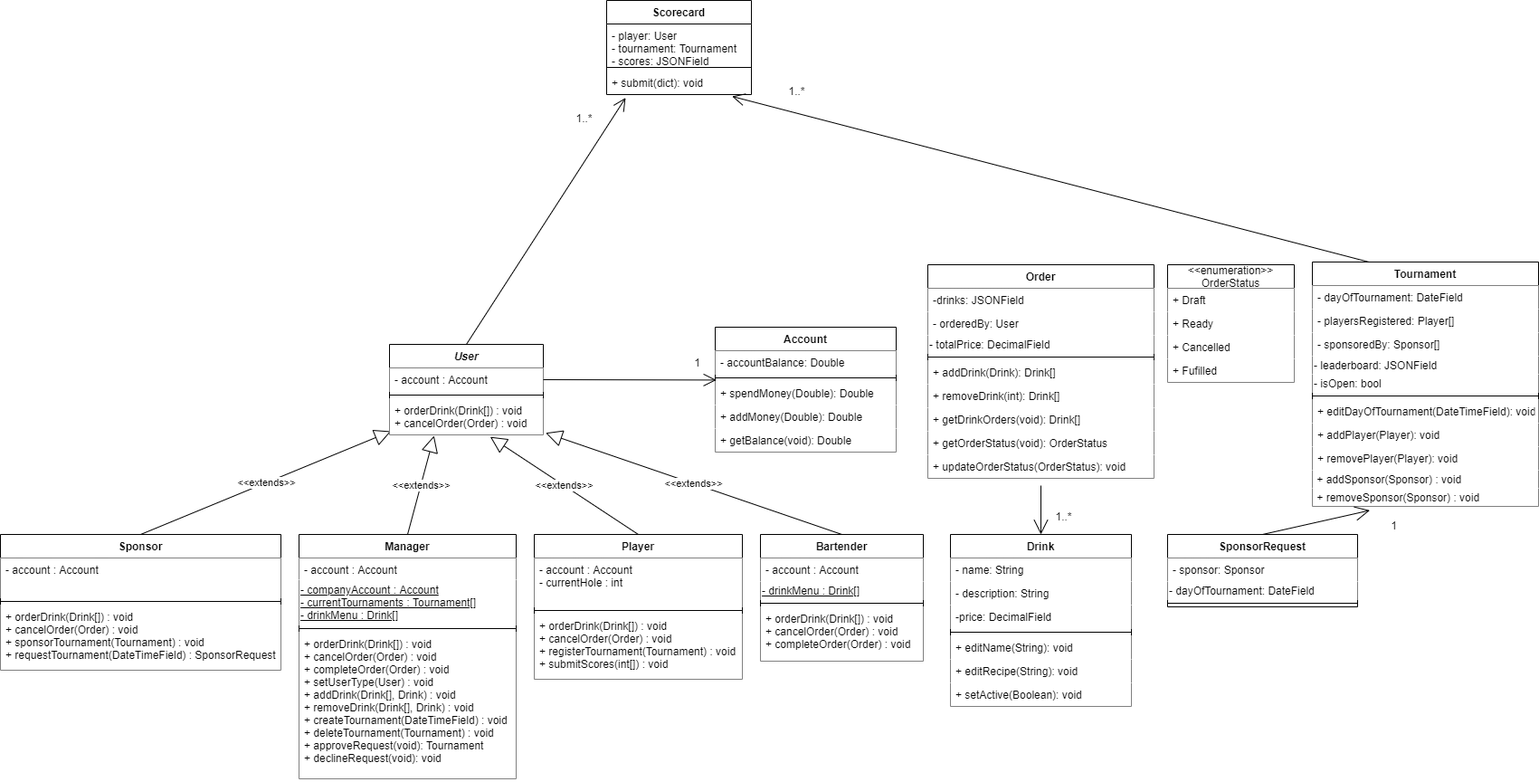
bsponny/SipNChip keeps this draw.io diagram as docs/Class Diagram.png. Above is the earlier version. Source tidied: cells renumbered, new cells last; positions are measured from the earlier drawing's top-left corner, leaving out a move shared by most shapes.
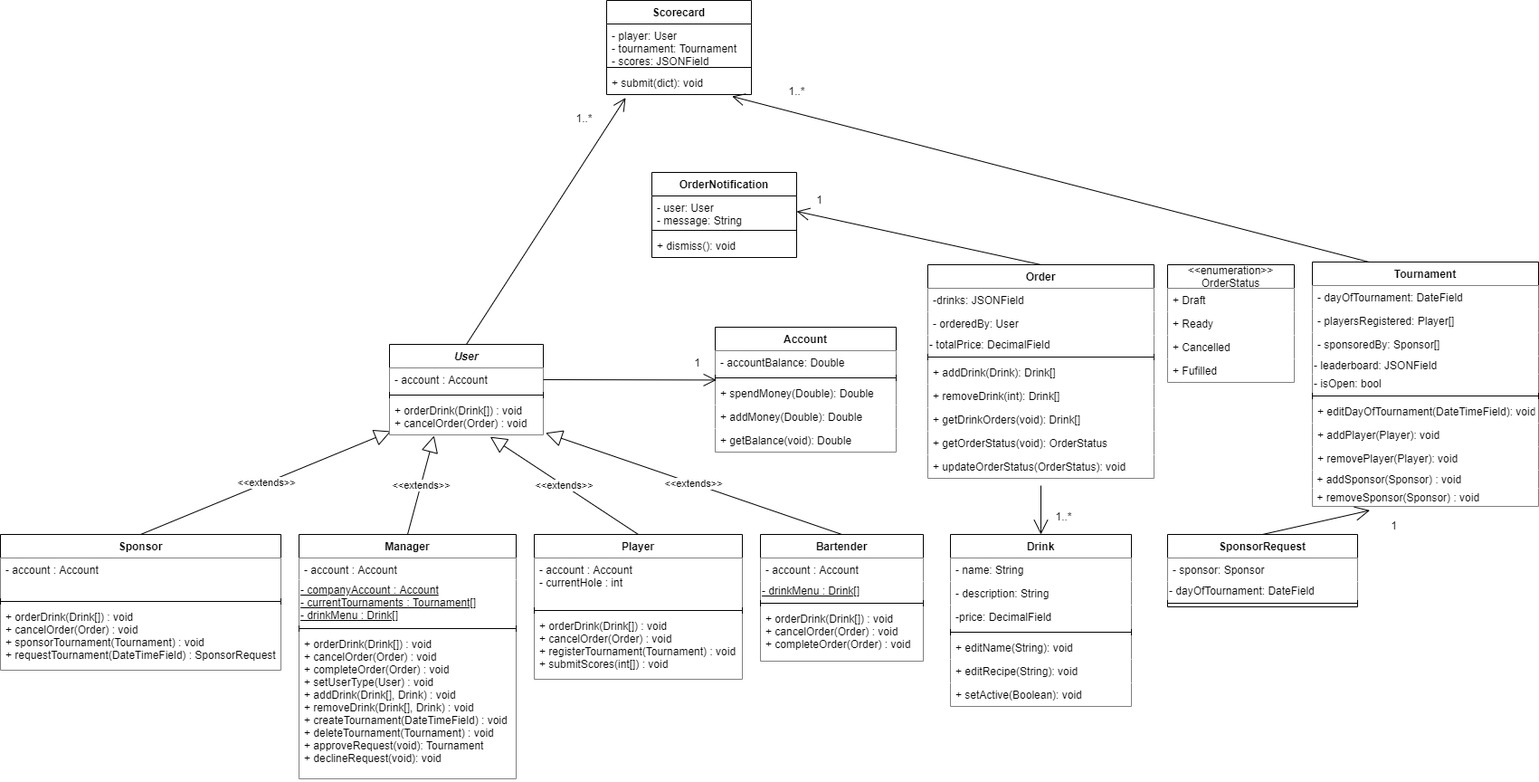
After the change.

The edit, as a diff of the source:
```diff
@@ -257,5 +257,23 @@
     <mxCell id="86" value="1..*" style="text;html=1;align=center;verticalAlign=middle;strokeColor=none;fillColor=none;" parent="1" vertex="1">
       <mxGeometry x="630" y="120" width="30" height="20" as="geometry" />
     </mxCell>
+    <mxCell id="87" value="OrderNotification" style="swimlane;fontStyle=1;align=center;verticalAlign=top;horizontal=1;startSize=26;" parent="1" vertex="1">
+      <mxGeometry x="720" y="190" width="160" height="94" as="geometry" />
+    </mxCell>
+    <mxCell id="88" value="- user: User&#10;- message: String" style="text;strokeColor=none;fillColor=none;align=left;verticalAlign=top;spacingLeft=4;spacingRight=4;overflow=hidden;points=[[0,0.5],[1,0.5]];portConstraint=eastwest;" parent="87" vertex="1">
+      <mxGeometry y="26" width="160" height="34" as="geometry" />
+    </mxCell>
+    <mxCell id="89" style="line;strokeWidth=1;fillColor=none;align=left;verticalAlign=middle;spacingTop=-1;spacingLeft=3;spacingRight=3;labelPosition=right;" parent="87" vertex="1">
+      <mxGeometry y="60" width="160" height="8" as="geometry" />
+    </mxCell>
+    <mxCell id="90" value="+ dismiss(): void" style="text;strokeColor=none;fillColor=none;align=left;verticalAlign=top;spacingLeft=4;spacingRight=4;overflow=hidden;" parent="87" vertex="1">
+      <mxGeometry y="68" width="160" height="26" as="geometry" />
+    </mxCell>
+    <mxCell id="91" style="endArrow=open;endFill=1;endSize=12;html=1;rounded=0;exitX=0.5;exitY=0;exitDx=0;exitDy=0;entryX=1;entryY=0.5;entryDx=0;entryDy=0;" parent="1" edge="1" source="55" target="88">
+      <mxGeometry relative="1" as="geometry" />
+    </mxCell>
+    <mxCell id="92" value="1" style="text;html=1;align=center;verticalAlign=middle;strokeColor=none;fillColor=none;" parent="1" vertex="1">
+      <mxGeometry x="895" y="210" width="20" height="20" as="geometry" />
+    </mxCell>
   </root>
 </mxGraphModel>
```
